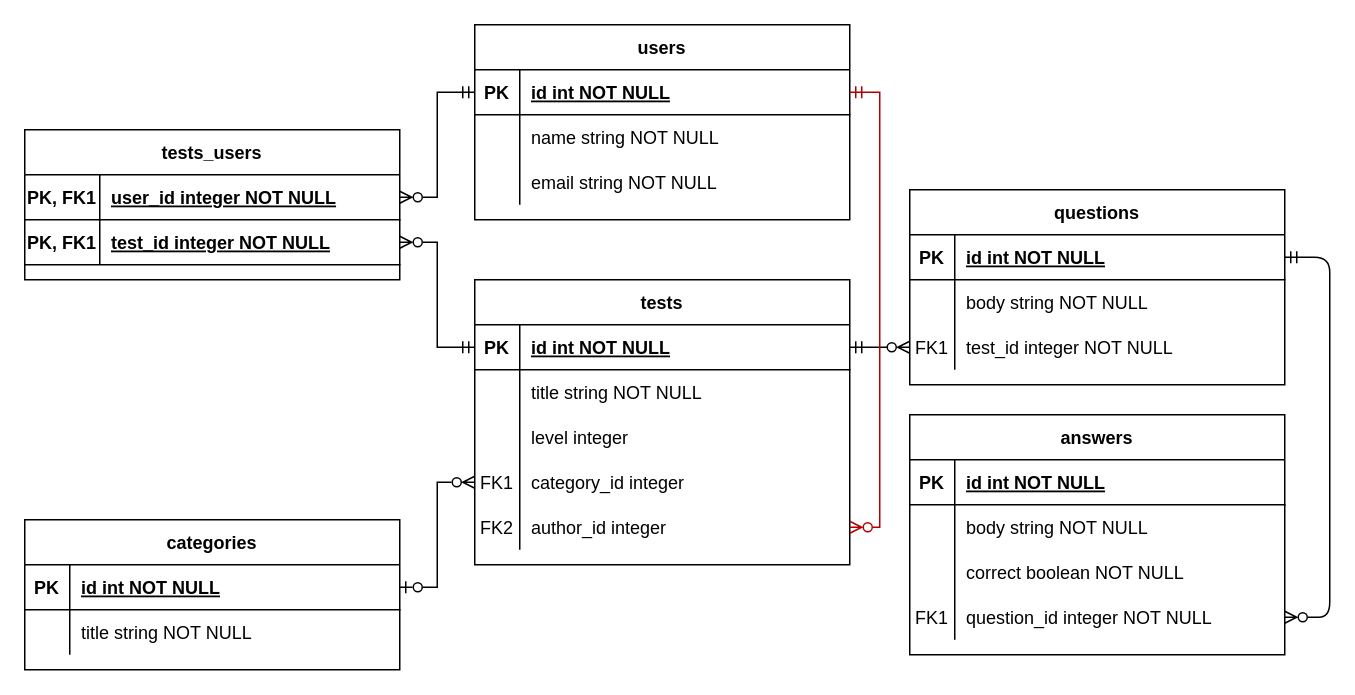
Alyona-GS/Test_Guru keeps this draw.io diagram as Test_Guru.drawio. Above is the earlier version. Source tidied: cells renumbered, new cells numbered last; positions are measured from the earlier drawing's top-left corner, leaving out a move shared by most shapes. Both pictures are drawn from the tidied source at 150%, with x=0, y=0 at pixel (24, 24).
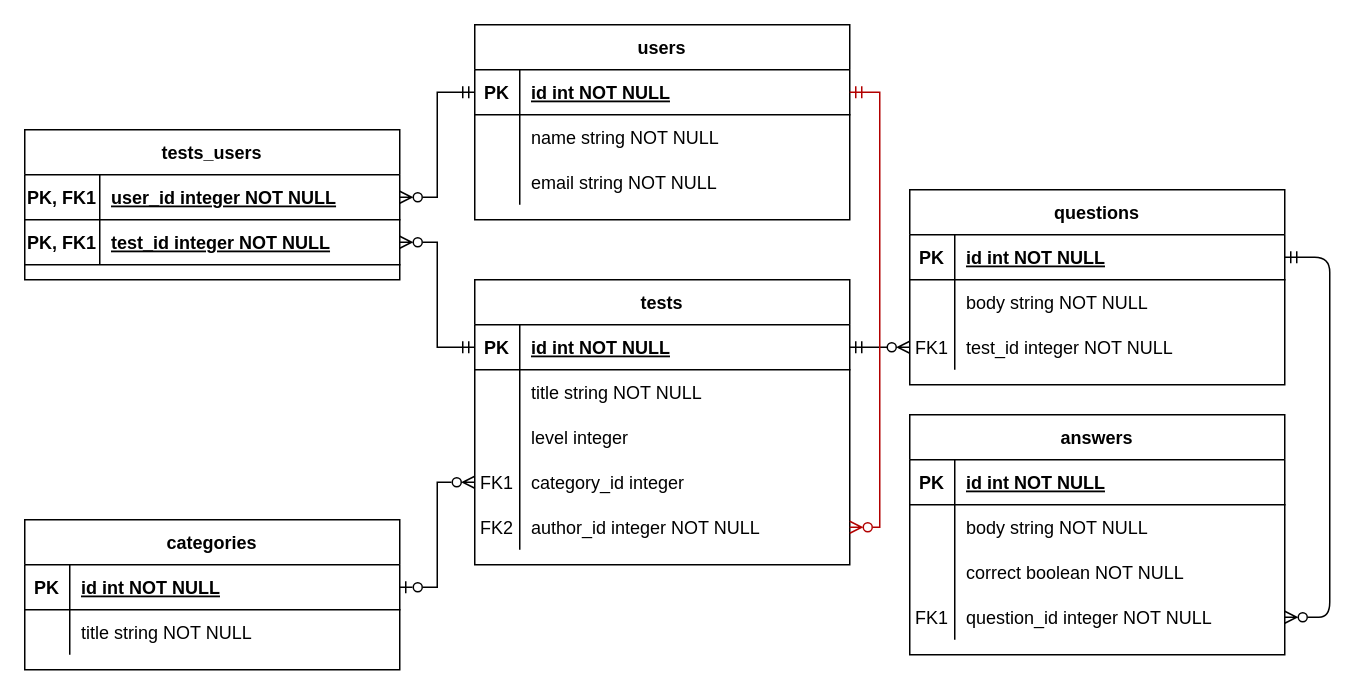
The same diagram, later.

The change refers to these unchanged cells:
```xml
<mxCell id="47" style="shape=partialRectangle;fillColor=none;points=[[0,0.5],[1,0.5]];portConstraint=eastwest;top=0;left=0;right=0;bottom=0;" parent="34" vertex="1">
  <mxGeometry y="150" width="250" height="30" as="geometry" />
</mxCell>
```

The edit, as a diff of the source:
```diff
@@
-    <mxCell id="49" value="author_id integer" style="shape=partialRectangle;overflow=hidden;fillColor=none;top=0;left=0;bottom=0;right=0;align=left;spacingLeft=6;" parent="47" vertex="1">
+    <mxCell id="49" value="author_id integer NOT NULL" style="shape=partialRectangle;overflow=hidden;fillColor=none;top=0;left=0;bottom=0;right=0;align=left;spacingLeft=6;" parent="47" vertex="1">
       <mxGeometry x="30" width="220" height="30" as="geometry" />
     </mxCell>
```
